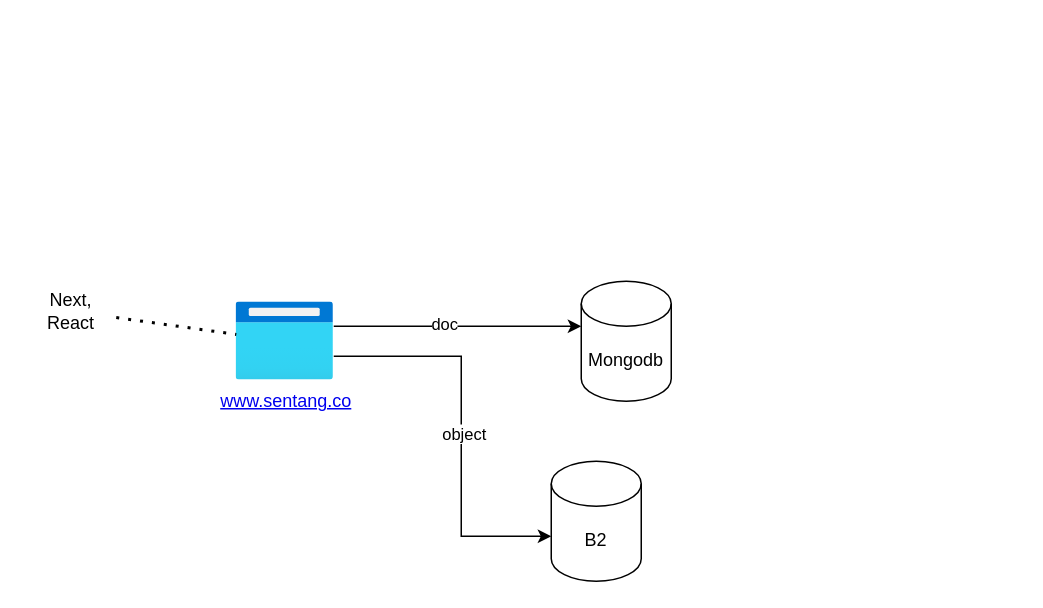
This is docs/draw/Travel Platform.drawio from chavp/DataModeling, a draw.io file, before an edit. Source tidied: cells renumbered, new cells numbered last; positions are measured from the earlier drawing's top-left corner, leaving out a move shared by most shapes. Both pictures are drawn from the tidied source at 150%, with x=0, y=0 at pixel (26, 280).
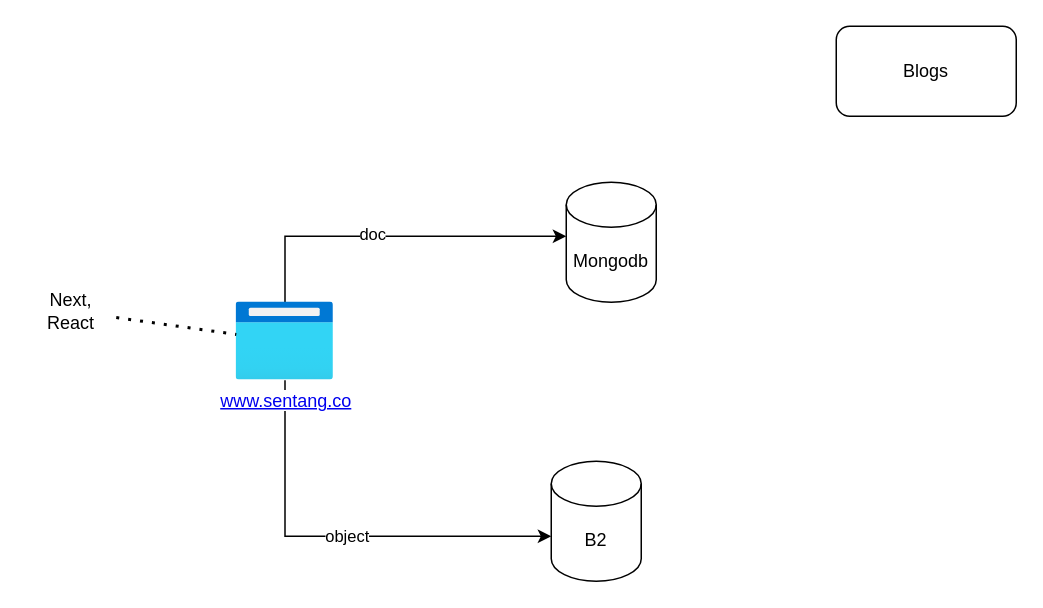
The same page after the edit.

The edit, as a diff of the source:
```diff
@@
 <mxGraphModel>
   <root>
     <mxCell id="0" />
     <mxCell id="1" parent="0" />
-    <mxCell id="2" style="edgeStyle=orthogonalEdgeStyle;rounded=0;jettySize=auto;html=1;" parent="1" edge="1" source="6">
+    <mxCell id="2" style="edgeStyle=orthogonalEdgeStyle;rounded=0;jettySize=auto;html=1;" parent="1" edge="1" source="6" target="7">
       <mxGeometry relative="1" as="geometry">
-        <mxPoint x="370" y="30" as="targetPoint" />
         <Array as="points">
-          <mxPoint x="250" y="30" />
-          <mxPoint x="250" y="30" />
+          <mxPoint x="173" y="-30" />
         </Array>
       </mxGeometry>
     </mxCell>
     <mxCell id="3" value="doc" style="edgeLabel;html=1;align=center;verticalAlign=middle;" parent="2" vertex="1">
       <mxGeometry x="-0.12" y="2" relative="1" as="geometry" />
     </mxCell>
     <mxCell id="4" style="edgeStyle=orthogonalEdgeStyle;rounded=0;jettySize=auto;html=1;" parent="1" edge="1" source="6" target="9">
       <mxGeometry relative="1" as="geometry">
         <Array as="points">
-          <mxPoint x="290" y="50" />
-          <mxPoint x="290" y="170" />
+          <mxPoint x="173" y="170" />
         </Array>
       </mxGeometry>
     </mxCell>
     <mxCell id="5" value="object" style="edgeLabel;html=1;align=center;verticalAlign=middle;" parent="4" vertex="1">
       <mxGeometry x="0.03" y="1" relative="1" as="geometry" />
     </mxCell>
     <mxCell id="6" value="&lt;a href=&quot;https://www.sentang.co/&quot;&gt;www.sentang.co&lt;/a&gt;" style="image;html=1;points=[];align=center;fontSize=12;image=img/lib/azure2/general/Browser.svg;" parent="1" vertex="1">
       <mxGeometry x="140" y="14" width="65" height="52" as="geometry" />
     </mxCell>
     <mxCell id="7" value="Mongodb" style="shape=cylinder3;whiteSpace=wrap;html=1;boundedLbl=1;backgroundOutline=1;size=15;" parent="1" vertex="1">
-      <mxGeometry x="370" width="60" height="80" as="geometry" />
+      <mxGeometry x="360" y="-66" width="60" height="80" as="geometry" />
     </mxCell>
     <mxCell id="8" value="Next, React" style="text;html=1;whiteSpace=wrap;strokeColor=none;fillColor=none;align=center;verticalAlign=middle;rounded=0;" parent="1" vertex="1">
       <mxGeometry width="60" height="40" as="geometry" />
     </mxCell>
     <mxCell id="9" value="B2" style="shape=cylinder3;whiteSpace=wrap;html=1;boundedLbl=1;backgroundOutline=1;size=15;" parent="1" vertex="1">
       <mxGeometry x="350" y="120" width="60" height="80" as="geometry" />
     </mxCell>
     <mxCell id="10" style="endArrow=none;dashed=1;html=1;dashPattern=1 3;strokeWidth=2;rounded=0;" parent="1" edge="1" source="8" target="6">
       <mxGeometry relative="1" as="geometry" />
     </mxCell>
+    <mxCell id="11" value="Blogs" style="rounded=1;whiteSpace=wrap;html=1;" parent="1" vertex="1">
+      <mxGeometry x="540" y="-170" width="120" height="60" as="geometry" />
+    </mxCell>
   </root>
 </mxGraphModel>
```
